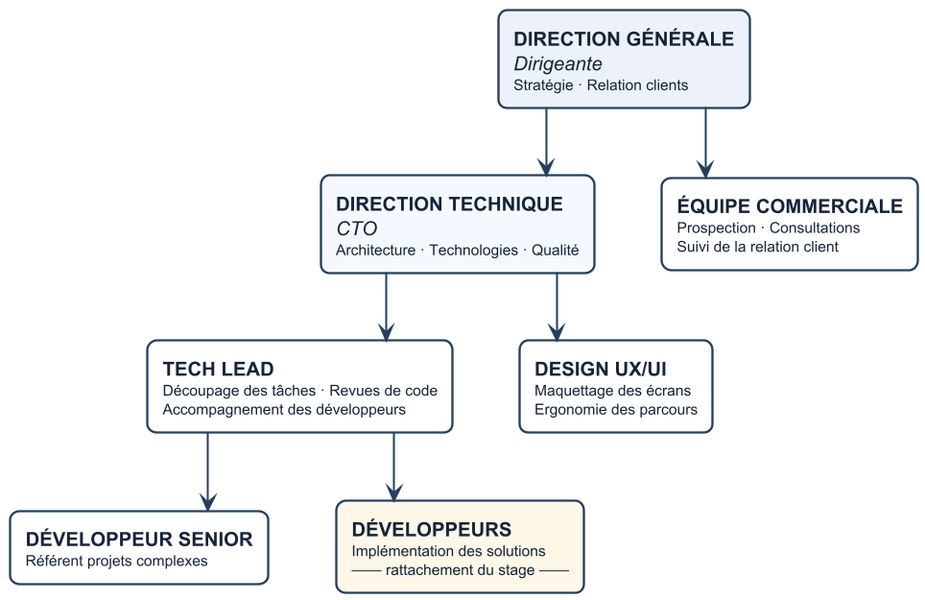
The PlantUML diagram memoire/diagrammes/organigramme_klivar.png in NodemBorel/plainte-cam, before a commit. Its diagram source:
```plantuml
@startuml organigramme_klivar

skinparam dpi 150
skinparam backgroundColor #FFFFFF
skinparam shadowing false
skinparam defaultFontName Helvetica
skinparam defaultFontSize 13
skinparam linetype ortho
skinparam ArrowColor #24405E
skinparam ArrowThickness 1.3
skinparam nodesep 45
skinparam ranksep 45

skinparam rectangle {
  BackgroundColor #FFFFFF
  BorderColor #24405E
  BorderThickness 1.5
  FontColor #14243A
  RoundCorner 12
}

rectangle "**DIRECTION GÉNÉRALE**\n//Dirigeante//\n<size:10>Stratégie · Relation clients</size>" as DG #EDF2FA

rectangle "**DIRECTION TECHNIQUE**\n//CTO//\n<size:10>Architecture · Technologies · Qualité</size>" as CTO #F5F9FF
rectangle "**ÉQUIPE COMMERCIALE**\n<size:10>Prospection · Consultations</size>\n<size:10>Suivi de la relation client</size>" as COM

rectangle "**TECH LEAD**\n<size:10>Découpage des tâches · Revues de code</size>\n<size:10>Accompagnement des développeurs</size>" as TL
rectangle "**DESIGN UX/UI**\n<size:10>Maquettage des écrans</size>\n<size:10>Ergonomie des parcours</size>" as UX

rectangle "**DÉVELOPPEUR SENIOR**\n<size:10>Référent projets complexes</size>" as SENIOR
rectangle "**DÉVELOPPEURS**\n<size:10>Implémentation des solutions</size>\n<size:10>—— rattachement du stage ——</size>" as DEV #FFF7E8

DG   --> CTO
DG   --> COM
CTO  --> TL
CTO  --> UX
TL   --> SENIOR
TL   --> DEV

@enduml
```
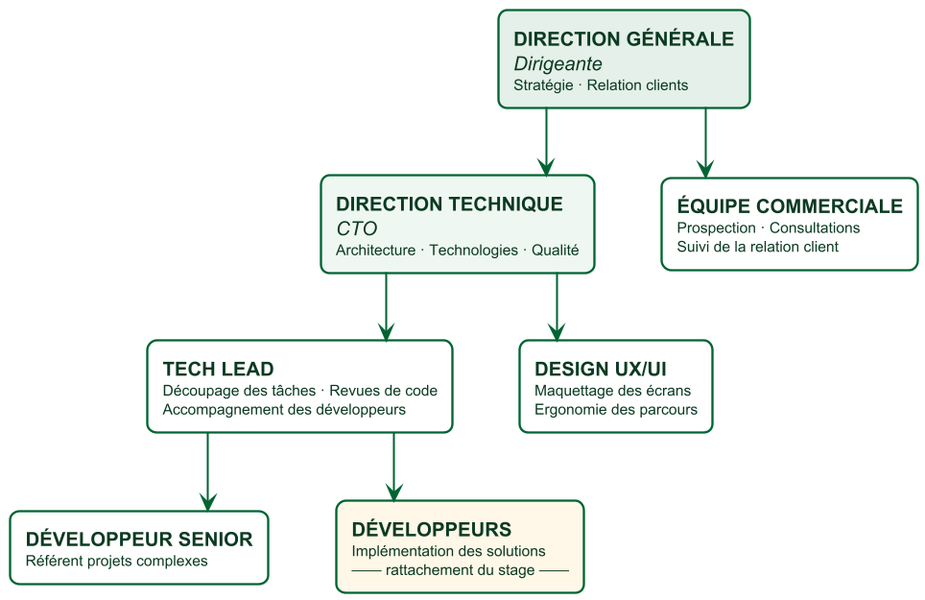
After the commit.

Diff of the diagram source:
```diff
@@ -6,22 +6,22 @@
 skinparam defaultFontName Helvetica
 skinparam defaultFontSize 13
 skinparam linetype ortho
-skinparam ArrowColor #24405E
+skinparam ArrowColor #006432
 skinparam ArrowThickness 1.3
 skinparam nodesep 45
 skinparam ranksep 45
 
 skinparam rectangle {
   BackgroundColor #FFFFFF
-  BorderColor #24405E
+  BorderColor #006432
   BorderThickness 1.5
-  FontColor #14243A
+  FontColor #0B3A22
   RoundCorner 12
 }
 
-rectangle "**DIRECTION GÉNÉRALE**\n//Dirigeante//\n<size:10>Stratégie · Relation clients</size>" as DG #EDF2FA
+rectangle "**DIRECTION GÉNÉRALE**\n//Dirigeante//\n<size:10>Stratégie · Relation clients</size>" as DG #E4F0E9
 
-rectangle "**DIRECTION TECHNIQUE**\n//CTO//\n<size:10>Architecture · Technologies · Qualité</size>" as CTO #F5F9FF
+rectangle "**DIRECTION TECHNIQUE**\n//CTO//\n<size:10>Architecture · Technologies · Qualité</size>" as CTO #EFF7F2
 rectangle "**ÉQUIPE COMMERCIALE**\n<size:10>Prospection · Consultations</size>\n<size:10>Suivi de la relation client</size>" as COM
 
 rectangle "**TECH LEAD**\n<size:10>Découpage des tâches · Revues de code</size>\n<size:10>Accompagnement des développeurs</size>" as TL
```
